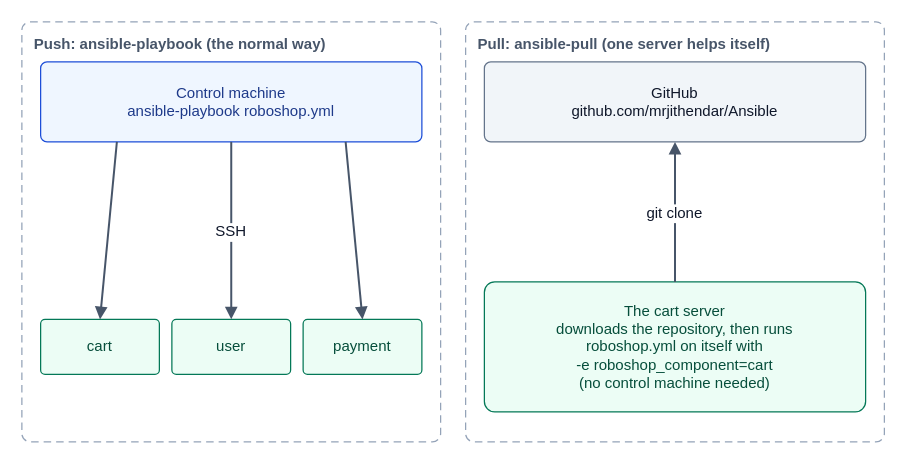
Earlier version of the draw.io diagram docs/knowledge-sharing/ansible-roboshop/diagrams/11-push-pull.drawio (mrjithendar/jithendar.com). Source tidied: cells renumbered, new cells numbered last; positions are measured from the earlier drawing's top-left corner, leaving out a move shared by most shapes. Both pictures are drawn from the tidied source at 125%, with x=0, y=0 at pixel (21, 21).
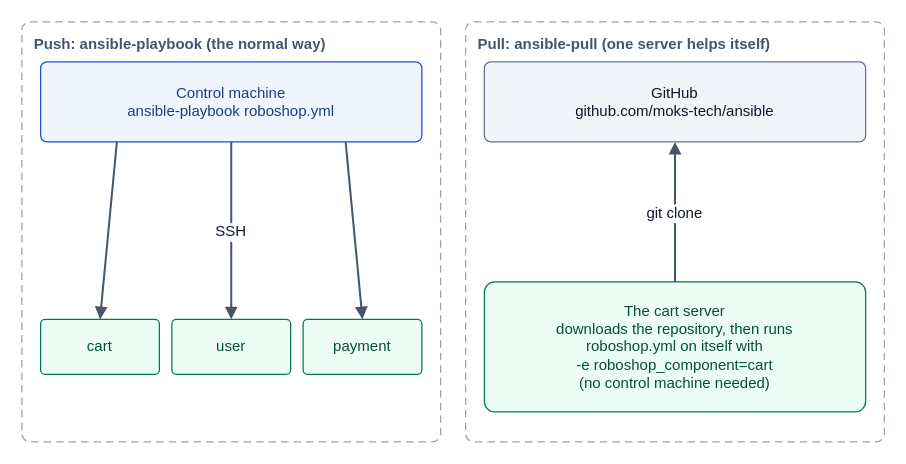
The same diagram, later.

The edit, as a diff of the source:
```diff
@@
 <mxGraphModel background="#ffffff">
   <root>
     <mxCell id="0" />
     <mxCell id="1" parent="0" />
     <mxCell id="2" value="Push: ansible-playbook (the normal way)" style="rounded=1;arcSize=2;dashed=1;dashPattern=6 4;fillColor=none;strokeColor=#94a3b8;align=left;verticalAlign=top;spacingLeft=8;spacingRight=8;spacingTop=4;spacingBottom=4;fontFamily=Helvetica;fontSize=12;fontColor=#475569;fontStyle=1;whiteSpace=wrap;html=0;" parent="1" vertex="1">
       <mxGeometry width="335" height="336" as="geometry" />
     </mxCell>
     <mxCell id="3" value="Pull: ansible-pull (one server helps itself)" style="rounded=1;arcSize=2;dashed=1;dashPattern=6 4;fillColor=none;strokeColor=#94a3b8;align=left;verticalAlign=top;spacingLeft=8;spacingRight=8;spacingTop=4;spacingBottom=4;fontFamily=Helvetica;fontSize=12;fontColor=#475569;fontStyle=1;whiteSpace=wrap;html=0;" parent="1" vertex="1">
       <mxGeometry x="355" width="335" height="336" as="geometry" />
     </mxCell>
     <mxCell id="4" value="Control machine&#10;ansible-playbook roboshop.yml" style="rounded=1;arcSize=8;whiteSpace=wrap;html=0;fillColor=#eff6ff;strokeColor=#1d4ed8;fontColor=#1e3a8a;fontFamily=Helvetica;fontSize=12;align=center;verticalAlign=middle;" parent="1" vertex="1">
       <mxGeometry x="15" y="32" width="305" height="64" as="geometry" />
     </mxCell>
     <mxCell id="5" value="cart" style="rounded=1;arcSize=8;whiteSpace=wrap;html=0;fillColor=#ecfdf5;strokeColor=#047857;fontColor=#064e3b;fontFamily=Helvetica;fontSize=12;align=center;verticalAlign=middle;" parent="1" vertex="1">
       <mxGeometry x="15" y="238" width="95" height="44" as="geometry" />
     </mxCell>
     <mxCell id="6" value="user" style="rounded=1;arcSize=8;whiteSpace=wrap;html=0;fillColor=#ecfdf5;strokeColor=#047857;fontColor=#064e3b;fontFamily=Helvetica;fontSize=12;align=center;verticalAlign=middle;" parent="1" vertex="1">
       <mxGeometry x="120" y="238" width="95" height="44" as="geometry" />
     </mxCell>
     <mxCell id="7" value="payment" style="rounded=1;arcSize=8;whiteSpace=wrap;html=0;fillColor=#ecfdf5;strokeColor=#047857;fontColor=#064e3b;fontFamily=Helvetica;fontSize=12;align=center;verticalAlign=middle;" parent="1" vertex="1">
       <mxGeometry x="225" y="238" width="95" height="44" as="geometry" />
     </mxCell>
-    <mxCell id="8" value="GitHub&#10;github.com/mrjithendar/Ansible" style="rounded=1;arcSize=8;whiteSpace=wrap;html=0;fillColor=#f1f5f9;strokeColor=#64748b;fontColor=#0f172a;fontFamily=Helvetica;fontSize=12;align=center;verticalAlign=middle;" parent="1" vertex="1">
+    <mxCell id="8" value="GitHub&#10;github.com/moks-tech/ansible" style="rounded=1;arcSize=8;whiteSpace=wrap;html=0;fillColor=#f1f5f9;strokeColor=#64748b;fontColor=#0f172a;fontFamily=Helvetica;fontSize=12;align=center;verticalAlign=middle;" parent="1" vertex="1">
       <mxGeometry x="370" y="32" width="305" height="64" as="geometry" />
     </mxCell>
     <mxCell id="9" value="The cart server&#10;downloads the repository, then runs&#10;roboshop.yml on itself with&#10;-e roboshop_component=cart&#10;(no control machine needed)" style="rounded=1;arcSize=8;whiteSpace=wrap;html=0;fillColor=#ecfdf5;strokeColor=#047857;fontColor=#064e3b;fontFamily=Helvetica;fontSize=12;align=center;verticalAlign=middle;" parent="1" vertex="1">
       <mxGeometry x="370" y="208" width="305" height="104" as="geometry" />
     </mxCell>
     <mxCell id="10" style="edgeStyle=none;rounded=0;html=0;strokeColor=#475569;strokeWidth=1.6;fontFamily=Helvetica;fontSize=12;fontColor=#0f172a;labelBackgroundColor=#ffffff;endArrow=block;endFill=1;exitX=0.2;exitY=1;exitDx=0;exitDy=0;entryX=0.5;entryY=0;entryDx=0;entryDy=0;" parent="1" edge="1" source="4" target="5">
       <mxGeometry relative="1" as="geometry" />
     </mxCell>
     <mxCell id="11" value="SSH" style="edgeStyle=none;rounded=0;html=0;strokeColor=#475569;strokeWidth=1.6;fontFamily=Helvetica;fontSize=12;fontColor=#0f172a;labelBackgroundColor=#ffffff;endArrow=block;endFill=1;exitX=0.5;exitY=1;exitDx=0;exitDy=0;entryX=0.5;entryY=0;entryDx=0;entryDy=0;" parent="1" edge="1" source="4" target="6">
       <mxGeometry relative="1" as="geometry" />
     </mxCell>
     <mxCell id="12" style="edgeStyle=none;rounded=0;html=0;strokeColor=#475569;strokeWidth=1.6;fontFamily=Helvetica;fontSize=12;fontColor=#0f172a;labelBackgroundColor=#ffffff;endArrow=block;endFill=1;exitX=0.8;exitY=1;exitDx=0;exitDy=0;entryX=0.5;entryY=0;entryDx=0;entryDy=0;" parent="1" edge="1" source="4" target="7">
       <mxGeometry relative="1" as="geometry" />
     </mxCell>
     <mxCell id="13" value="git clone" style="edgeStyle=none;rounded=0;html=0;strokeColor=#475569;strokeWidth=1.6;fontFamily=Helvetica;fontSize=12;fontColor=#0f172a;labelBackgroundColor=#ffffff;endArrow=block;endFill=1;exitX=0.5;exitY=0;exitDx=0;exitDy=0;entryX=0.5;entryY=1;entryDx=0;entryDy=0;" parent="1" edge="1" source="9" target="8">
       <mxGeometry relative="1" as="geometry" />
     </mxCell>
   </root>
 </mxGraphModel>
```
